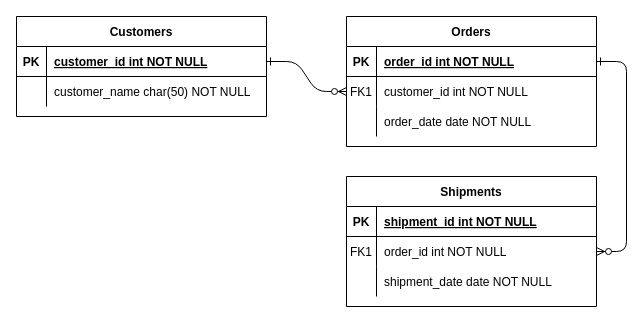
aya-soghayyer/expense-tracker keeps this draw.io diagram as Untitled Diagram.drawio. Above is the earlier version. Source tidied: cells renumbered, new cells numbered last; positions are measured from the earlier drawing's top-left corner, leaving out a move shared by most shapes. Both pictures are drawn from the tidied source at 100%, with x=0, y=0 at pixel (16, 16).
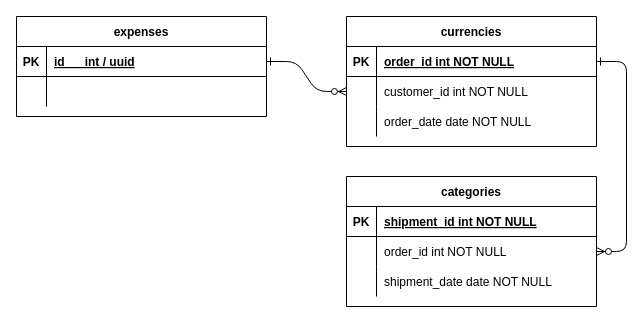
Above is the later version.

Commit message:
Update last version for entities & relations Diagram.drawio

The change refers to these unchanged cells:
```xml
<mxCell id="8" style="shape=partialRectangle;fillColor=none;points=[[0,0.5],[1,0.5]];portConstraint=eastwest;top=0;left=0;right=0;bottom=0;" parent="4" vertex="1">
  <mxGeometry y="60" width="250" height="30" as="geometry" />
</mxCell>
<mxCell id="18" style="shape=partialRectangle;fillColor=none;points=[[0,0.5],[1,0.5]];portConstraint=eastwest;top=0;left=0;right=0;bottom=0;" parent="14" vertex="1">
  <mxGeometry y="60" width="250" height="30" as="geometry" />
</mxCell>
<mxCell id="25" style="shape=partialRectangle;fillColor=none;points=[[0,0.5],[1,0.5]];portConstraint=eastwest;top=0;left=0;right=0;bottom=1;" parent="24" vertex="1">
  <mxGeometry y="30" width="250" height="30" as="geometry" />
</mxCell>
<mxCell id="28" style="shape=partialRectangle;fillColor=none;top=0;left=0;right=0;bottom=0;" parent="24" vertex="1">
  <mxGeometry y="60" width="250" height="30" as="geometry" />
</mxCell>
```

Diff of the diagram source:
```diff
@@
-    <mxCell id="4" value="Orders" style="shape=table;startSize=30;childLayout=tableLayout;rowLines=0;fontStyle=1;align=center;" parent="1" vertex="1">
+    <mxCell id="4" value="currencies" style="shape=table;startSize=30;childLayout=tableLayout;rowLines=0;fontStyle=1;align=center;" parent="1" vertex="1">
       <mxGeometry x="330" width="250" height="130" as="geometry" />
     </mxCell>
@@
-    <mxCell id="9" value="FK1" style="shape=partialRectangle;overflow=hidden;fillColor=none;top=0;left=0;bottom=0;right=0;" parent="8" vertex="1">
+    <mxCell id="9" style="shape=partialRectangle;overflow=hidden;fillColor=none;top=0;left=0;bottom=0;right=0;" parent="8" vertex="1">
       <mxGeometry width="30" height="30" as="geometry" />
     </mxCell>
@@
-    <mxCell id="14" value="Shipments" style="shape=table;startSize=30;childLayout=tableLayout;rowLines=0;fontStyle=1;align=center;" parent="1" vertex="1">
+    <mxCell id="14" value="categories" style="shape=table;startSize=30;childLayout=tableLayout;rowLines=0;fontStyle=1;align=center;" parent="1" vertex="1">
       <mxGeometry x="330" y="160" width="250" height="130" as="geometry" />
     </mxCell>
@@
-    <mxCell id="19" value="FK1" style="shape=partialRectangle;overflow=hidden;fillColor=none;top=0;left=0;bottom=0;right=0;" parent="18" vertex="1">
+    <mxCell id="19" style="shape=partialRectangle;overflow=hidden;fillColor=none;top=0;left=0;bottom=0;right=0;" parent="18" vertex="1">
       <mxGeometry width="30" height="30" as="geometry" />
     </mxCell>
@@
-    <mxCell id="24" value="Customers" style="shape=table;startSize=30;childLayout=tableLayout;rowLines=0;fontStyle=1;align=center;" parent="1" vertex="1">
+    <mxCell id="24" value="expenses" style="shape=table;startSize=30;childLayout=tableLayout;rowLines=0;fontStyle=1;align=center;" parent="1" vertex="1">
       <mxGeometry width="250" height="100" as="geometry" />
     </mxCell>
@@
-    <mxCell id="27" value="customer_id int NOT NULL " style="shape=partialRectangle;overflow=hidden;fillColor=none;top=0;left=0;bottom=0;right=0;align=left;spacingLeft=6;fontStyle=5;" parent="25" vertex="1">
+    <mxCell id="27" value="id      int / uuid" style="shape=partialRectangle;overflow=hidden;fillColor=none;top=0;left=0;bottom=0;right=0;align=left;spacingLeft=6;fontStyle=5;" parent="25" vertex="1">
       <mxGeometry x="30" width="220" height="30" as="geometry" />
     </mxCell>
@@
-    <mxCell id="30" value="customer_name char(50) NOT NULL" style="shape=partialRectangle;overflow=hidden;fillColor=none;top=0;left=0;bottom=0;right=0;align=left;spacingLeft=6;" parent="28" vertex="1">
+    <mxCell id="30" style="shape=partialRectangle;overflow=hidden;fillColor=none;top=0;left=0;bottom=0;right=0;align=left;spacingLeft=6;" parent="28" vertex="1">
       <mxGeometry x="30" width="220" height="30" as="geometry" />
     </mxCell>
```
